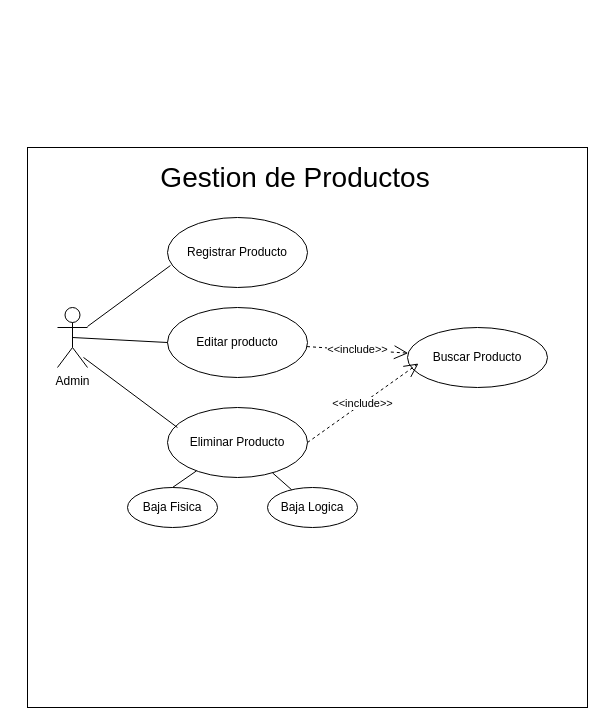
JorgeADnro/Torres keeps this draw.io diagram as Diagramas/CasoUsoMich.drawio. Above is the earlier version. Source tidied: cells renumbered, new cells numbered last; positions are measured from the earlier drawing's top-left corner, leaving out a move shared by most shapes. Both pictures are drawn from the tidied source at 100%, with x=0, y=0 at pixel (27, 127).
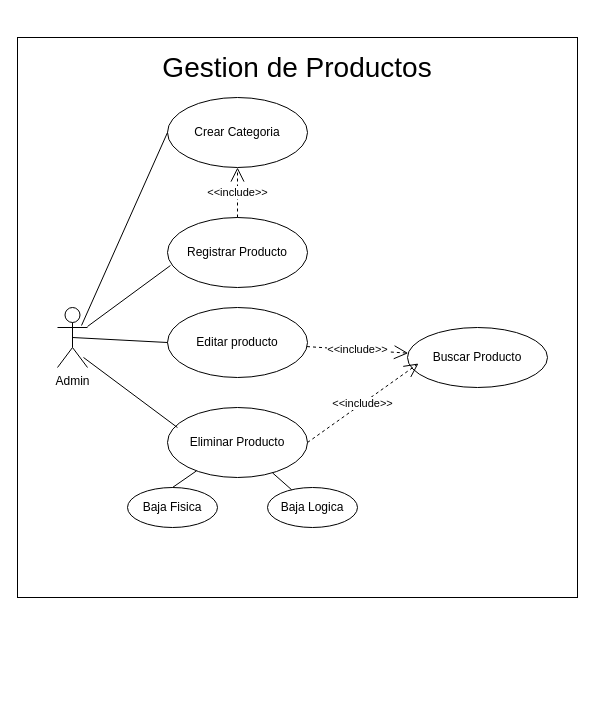
After the change.

The change refers to these unchanged cells:
```xml
<mxCell id="3" value="Admin" style="shape=umlActor;verticalLabelPosition=bottom;verticalAlign=top;html=1;" parent="1" vertex="1">
  <mxGeometry x="30" y="180" width="30" height="60" as="geometry" />
</mxCell>
<mxCell id="4" value="Registrar Producto" style="ellipse;whiteSpace=wrap;html=1;" parent="1" vertex="1">
  <mxGeometry x="140" y="90" width="140" height="70" as="geometry" />
</mxCell>
```

The edit, as a diff of the source:
```diff
@@
     <mxCell id="2" style="whiteSpace=wrap;html=1;" parent="1" vertex="1">
-      <mxGeometry y="20" width="560" height="560" as="geometry" />
+      <mxGeometry x="-10" y="-90" width="560" height="560" as="geometry" />
     </mxCell>
@@
     <mxCell id="17" value="&lt;font style=&quot;font-size: 28px;&quot;&gt;Gestion de Productos&lt;/font&gt;" style="text;html=1;strokeColor=none;fillColor=none;align=center;verticalAlign=middle;whiteSpace=wrap;rounded=0;" parent="1" vertex="1">
-      <mxGeometry x="110" width="316" height="100" as="geometry" />
+      <mxGeometry x="112" y="-110" width="316" height="100" as="geometry" />
     </mxCell>
+    <mxCell id="18" value="Crear Categoria" style="ellipse;whiteSpace=wrap;html=1;" parent="1" vertex="1">
+      <mxGeometry x="140" y="-30" width="140" height="70" as="geometry" />
+    </mxCell>
+    <mxCell id="19" style="endArrow=none;html=1;rounded=0;entryX=0;entryY=0.5;entryDx=0;entryDy=0;exitX=0.8;exitY=0.3;exitDx=0;exitDy=0;exitPerimeter=0;" parent="1" edge="1" source="3" target="18">
+      <mxGeometry relative="1" as="geometry" />
+    </mxCell>
+    <mxCell id="20" value="&amp;lt;&amp;lt;include&amp;gt;&amp;gt;" style="endArrow=open;endSize=12;dashed=1;html=1;rounded=0;entryX=0.5;entryY=1;entryDx=0;entryDy=0;" parent="1" edge="1" source="4" target="18">
+      <mxGeometry relative="1" as="geometry" />
+    </mxCell>
```
